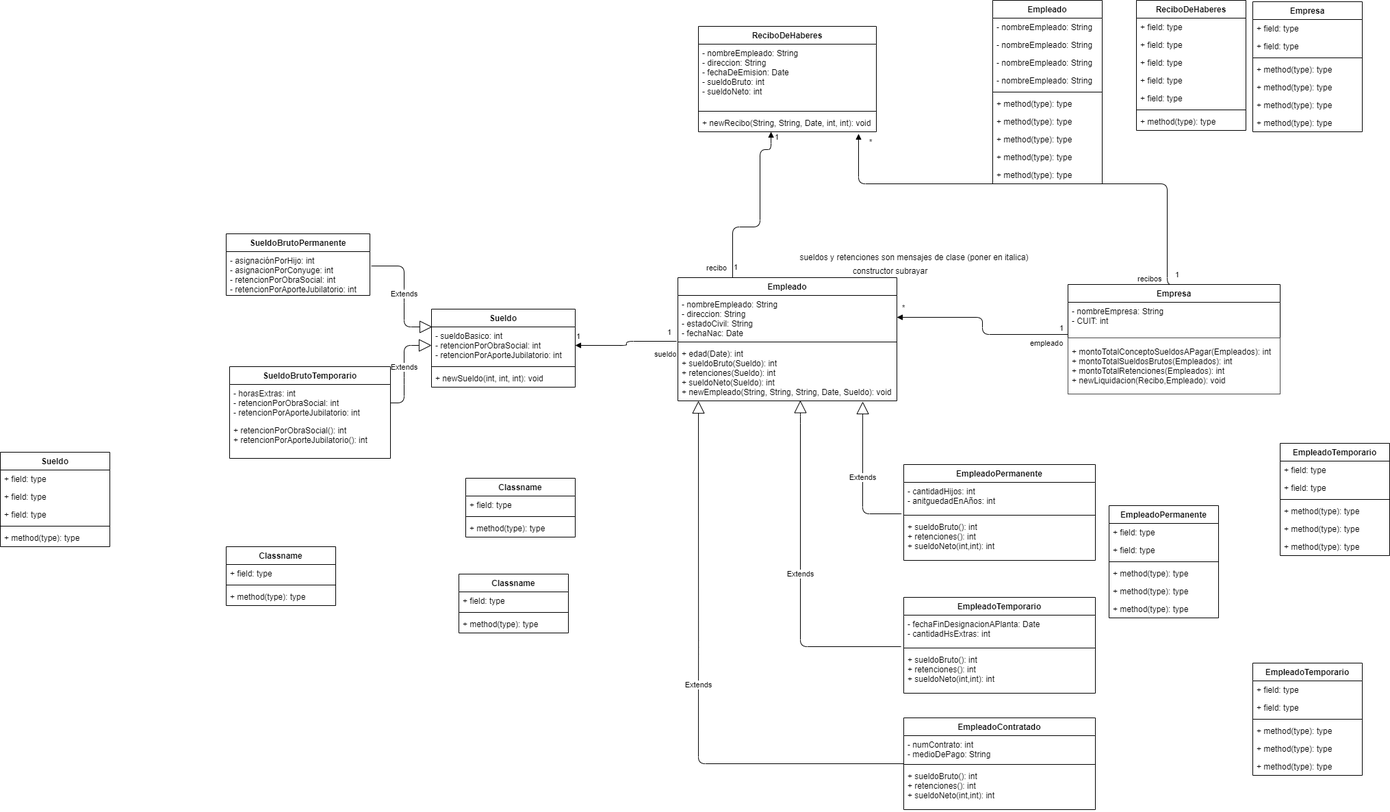
This is src/ar/edu/unq/po2/TP2 - UML.png from CarlosAlbertoBarria/unqui-poo2-barria, a draw.io export, as it was before one commit. Source tidied: cells renumbered, new cells last; positions are measured from the earlier drawing's top-left corner, leaving out a move shared by most shapes.
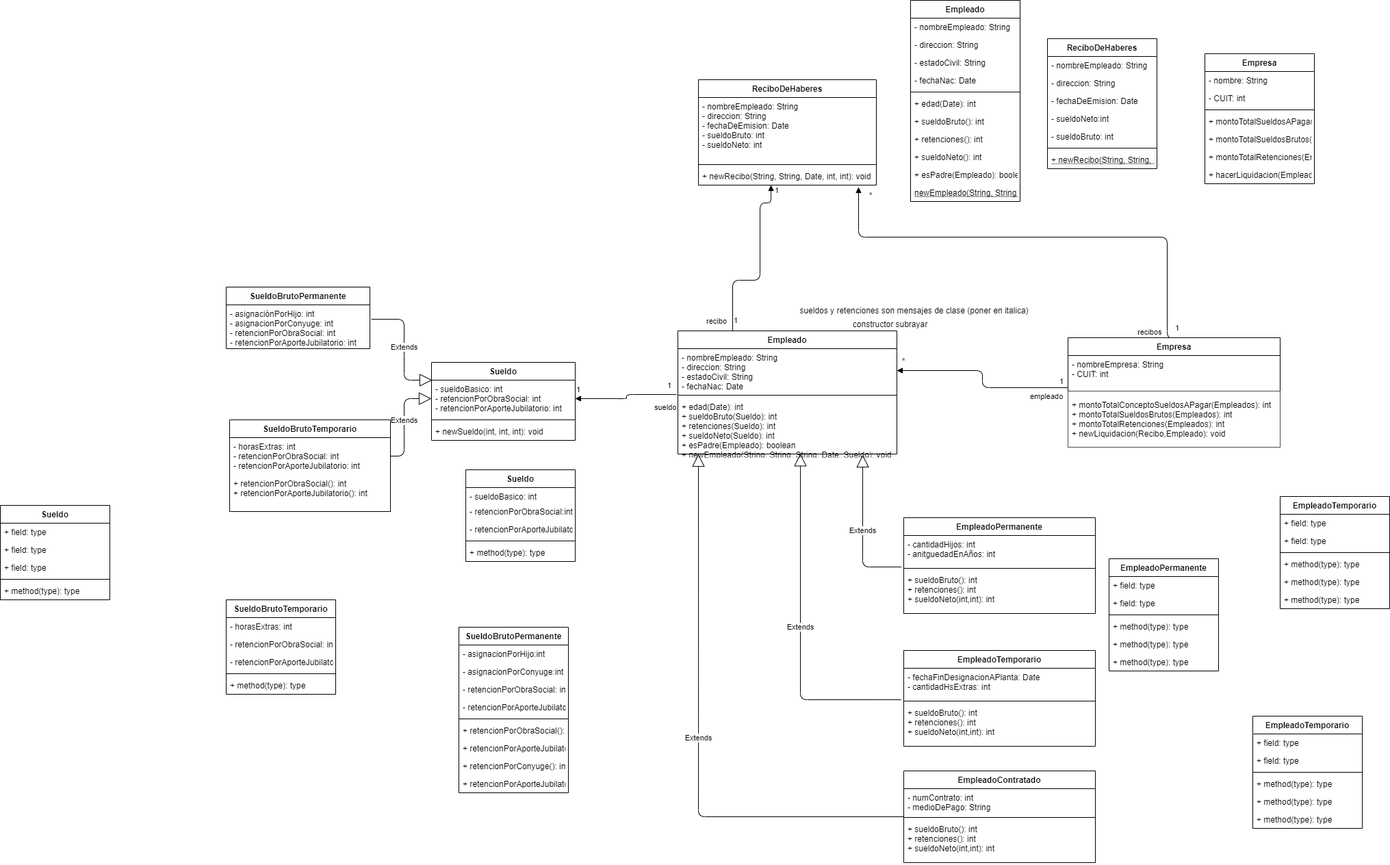
Above is the later version.

The edit, as a diff of the source:
```diff
@@ -22,3 +22,3 @@
     </mxCell>
-    <mxCell id="8" value="+ edad(Date): int&#10;+ sueldoBruto(Sueldo): int&#10;+ retenciones(Sueldo): int&#10;+ sueldoNeto(Sueldo): int&#10;+ newEmpleado(String, String, String, Date, Sueldo): void" style="text;strokeColor=none;fillColor=none;align=left;verticalAlign=top;spacingLeft=4;spacingRight=4;overflow=hidden;points=[[0,0.5],[1,0.5]];portConstraint=eastwest;fontStyle=0;" parent="5" vertex="1">
+    <mxCell id="8" value="+ edad(Date): int&#10;+ sueldoBruto(Sueldo): int&#10;+ retenciones(Sueldo): int&#10;+ sueldoNeto(Sueldo): int&#10;+ esPadre(Empleado): boolean&#10;+ newEmpleado(String, String, String, Date, Sueldo): void" style="text;strokeColor=none;fillColor=none;align=left;verticalAlign=top;spacingLeft=4;spacingRight=4;overflow=hidden;points=[[0,0.5],[1,0.5]];portConstraint=eastwest;fontStyle=0;" parent="5" vertex="1">
       <mxGeometry y="98" width="320" height="82" as="geometry" />
@@ -255,38 +255,68 @@
     </mxCell>
-    <mxCell id="68" value="Classname" style="swimlane;fontStyle=1;align=center;verticalAlign=top;horizontal=1;startSize=26;" parent="1" vertex="1">
-      <mxGeometry x="680" y="698" width="160" height="86" as="geometry" />
+    <mxCell id="68" value="Sueldo" style="swimlane;fontStyle=1;align=center;verticalAlign=top;horizontal=1;startSize=26;" parent="1" vertex="1">
+      <mxGeometry x="680.1" y="608" width="160" height="134" as="geometry" />
     </mxCell>
-    <mxCell id="69" value="+ field: type" style="text;strokeColor=none;fillColor=none;align=left;verticalAlign=top;spacingLeft=4;spacingRight=4;overflow=hidden;" parent="68" vertex="1">
-      <mxGeometry y="26" width="160" height="26" as="geometry" />
+    <mxCell id="69" value="- sueldoBasico: int" style="text;strokeColor=none;fillColor=none;align=left;verticalAlign=top;spacingLeft=4;spacingRight=4;overflow=hidden;" parent="68" vertex="1">
+      <mxGeometry y="26" width="160" height="22" as="geometry" />
     </mxCell>
+    <mxCell id="120" value="- retencionPorObraSocial:int" style="text;strokeColor=none;fillColor=none;align=left;verticalAlign=top;spacingLeft=4;spacingRight=4;overflow=hidden;" parent="68" vertex="1">
+      <mxGeometry y="48" width="160" height="26" as="geometry" />
+    </mxCell>
+    <mxCell id="121" value="- retencionPorAporteJubilatorio: int" style="text;strokeColor=none;fillColor=none;align=left;verticalAlign=top;spacingLeft=4;spacingRight=4;overflow=hidden;" parent="68" vertex="1">
+      <mxGeometry y="74" width="160" height="26" as="geometry" />
+    </mxCell>
     <mxCell id="70" style="line;strokeWidth=1;fillColor=none;align=left;verticalAlign=middle;spacingTop=-1;spacingLeft=3;spacingRight=3;labelPosition=right;" parent="68" vertex="1">
-      <mxGeometry y="52" width="160" height="8" as="geometry" />
+      <mxGeometry y="100" width="160" height="8" as="geometry" />
     </mxCell>
     <mxCell id="71" value="+ method(type): type" style="text;strokeColor=none;fillColor=none;align=left;verticalAlign=top;spacingLeft=4;spacingRight=4;overflow=hidden;" parent="68" vertex="1">
-      <mxGeometry y="60" width="160" height="26" as="geometry" />
+      <mxGeometry y="108" width="160" height="26" as="geometry" />
     </mxCell>
-    <mxCell id="72" value="Classname" style="swimlane;fontStyle=1;align=center;verticalAlign=top;horizontal=1;startSize=26;" parent="1" vertex="1">
-      <mxGeometry x="330" y="798" width="160" height="86" as="geometry" />
+    <mxCell id="72" value="SueldoBrutoTemporario" style="swimlane;fontStyle=1;align=center;verticalAlign=top;horizontal=1;startSize=26;" parent="1" vertex="1">
+      <mxGeometry x="330" y="798" width="160" height="138" as="geometry" />
     </mxCell>
-    <mxCell id="73" value="+ field: type" style="text;strokeColor=none;fillColor=none;align=left;verticalAlign=top;spacingLeft=4;spacingRight=4;overflow=hidden;" parent="72" vertex="1">
+    <mxCell id="73" value="- horasExtras: int" style="text;strokeColor=none;fillColor=none;align=left;verticalAlign=top;spacingLeft=4;spacingRight=4;overflow=hidden;" parent="72" vertex="1">
       <mxGeometry y="26" width="160" height="26" as="geometry" />
     </mxCell>
+    <mxCell id="122" value="- retencionPorObraSocial: int" style="text;strokeColor=none;fillColor=none;align=left;verticalAlign=top;spacingLeft=4;spacingRight=4;overflow=hidden;" parent="72" vertex="1">
+      <mxGeometry y="52" width="160" height="26" as="geometry" />
+    </mxCell>
+    <mxCell id="123" value="- retencionPorAporteJubilatorio" style="text;strokeColor=none;fillColor=none;align=left;verticalAlign=top;spacingLeft=4;spacingRight=4;overflow=hidden;" parent="72" vertex="1">
+      <mxGeometry y="78" width="160" height="26" as="geometry" />
+    </mxCell>
     <mxCell id="74" style="line;strokeWidth=1;fillColor=none;align=left;verticalAlign=middle;spacingTop=-1;spacingLeft=3;spacingRight=3;labelPosition=right;" parent="72" vertex="1">
-      <mxGeometry y="52" width="160" height="8" as="geometry" />
+      <mxGeometry y="104" width="160" height="8" as="geometry" />
     </mxCell>
     <mxCell id="75" value="+ method(type): type" style="text;strokeColor=none;fillColor=none;align=left;verticalAlign=top;spacingLeft=4;spacingRight=4;overflow=hidden;" parent="72" vertex="1">
-      <mxGeometry y="60" width="160" height="26" as="geometry" />
+      <mxGeometry y="112" width="160" height="26" as="geometry" />
     </mxCell>
-    <mxCell id="76" value="Classname" style="swimlane;fontStyle=1;align=center;verticalAlign=top;horizontal=1;startSize=26;" parent="1" vertex="1">
-      <mxGeometry x="670" y="838" width="160" height="86" as="geometry" />
+    <mxCell id="76" value="SueldoBrutoPermanente" style="swimlane;fontStyle=1;align=center;verticalAlign=top;horizontal=1;startSize=26;" parent="1" vertex="1">
+      <mxGeometry x="670" y="838" width="160" height="242" as="geometry" />
     </mxCell>
+    <mxCell id="124" value="- asignacionPorHijo:int" style="text;strokeColor=none;fillColor=none;align=left;verticalAlign=top;spacingLeft=4;spacingRight=4;overflow=hidden;" parent="76" vertex="1">
+      <mxGeometry y="26" width="160" height="26" as="geometry" />
+    </mxCell>
-    <mxCell id="77" value="+ field: type" style="text;strokeColor=none;fillColor=none;align=left;verticalAlign=top;spacingLeft=4;spacingRight=4;overflow=hidden;" parent="76" vertex="1">
-      <mxGeometry y="26" width="160" height="26" as="geometry" />
+    <mxCell id="77" value="- asignacionPorConyuge:int" style="text;strokeColor=none;fillColor=none;align=left;verticalAlign=top;spacingLeft=4;spacingRight=4;overflow=hidden;" parent="76" vertex="1">
+      <mxGeometry y="52" width="160" height="26" as="geometry" />
     </mxCell>
+    <mxCell id="125" value="- retencionPorObraSocial: int" style="text;strokeColor=none;fillColor=none;align=left;verticalAlign=top;spacingLeft=4;spacingRight=4;overflow=hidden;" parent="76" vertex="1">
+      <mxGeometry y="78" width="160" height="26" as="geometry" />
+    </mxCell>
+    <mxCell id="126" value="- retencionPorAporteJubilatorio: int" style="text;strokeColor=none;fillColor=none;align=left;verticalAlign=top;spacingLeft=4;spacingRight=4;overflow=hidden;" parent="76" vertex="1">
+      <mxGeometry y="104" width="160" height="26" as="geometry" />
+    </mxCell>
     <mxCell id="78" style="line;strokeWidth=1;fillColor=none;align=left;verticalAlign=middle;spacingTop=-1;spacingLeft=3;spacingRight=3;labelPosition=right;" parent="76" vertex="1">
-      <mxGeometry y="52" width="160" height="8" as="geometry" />
+      <mxGeometry y="130" width="160" height="8" as="geometry" />
     </mxCell>
-    <mxCell id="79" value="+ method(type): type" style="text;strokeColor=none;fillColor=none;align=left;verticalAlign=top;spacingLeft=4;spacingRight=4;overflow=hidden;" parent="76" vertex="1">
-      <mxGeometry y="60" width="160" height="26" as="geometry" />
+    <mxCell id="79" value="+ retencionPorObraSocial(): int" style="text;strokeColor=none;fillColor=none;align=left;verticalAlign=top;spacingLeft=4;spacingRight=4;overflow=hidden;" parent="76" vertex="1">
+      <mxGeometry y="138" width="160" height="26" as="geometry" />
     </mxCell>
+    <mxCell id="127" value="+ retencionPorAporteJubilatorio(): int" style="text;strokeColor=none;fillColor=none;align=left;verticalAlign=top;spacingLeft=4;spacingRight=4;overflow=hidden;" parent="76" vertex="1">
+      <mxGeometry y="164" width="160" height="26" as="geometry" />
+    </mxCell>
+    <mxCell id="128" value="+ retencionPorConyuge(): int" style="text;strokeColor=none;fillColor=none;align=left;verticalAlign=top;spacingLeft=4;spacingRight=4;overflow=hidden;" parent="76" vertex="1">
+      <mxGeometry y="190" width="160" height="26" as="geometry" />
+    </mxCell>
+    <mxCell id="129" value="+ retencionPorAporteJubilatorio(): int" style="text;strokeColor=none;fillColor=none;align=left;verticalAlign=top;spacingLeft=4;spacingRight=4;overflow=hidden;" parent="76" vertex="1">
+      <mxGeometry y="216" width="160" height="26" as="geometry" />
+    </mxCell>
     <mxCell id="80" value="Sueldo" style="swimlane;fontStyle=1;align=center;verticalAlign=top;horizontal=1;startSize=26;" parent="1" vertex="1">
@@ -310,8 +340,8 @@
     <mxCell id="86" value="Empresa" style="swimlane;fontStyle=1;align=center;verticalAlign=top;horizontal=1;startSize=26;" parent="1" vertex="1">
-      <mxGeometry x="1830" y="2" width="160" height="190" as="geometry" />
+      <mxGeometry x="1760" width="160" height="190" as="geometry" />
     </mxCell>
-    <mxCell id="87" value="+ field: type" style="text;strokeColor=none;fillColor=none;align=left;verticalAlign=top;spacingLeft=4;spacingRight=4;overflow=hidden;" parent="86" vertex="1">
+    <mxCell id="87" value="- nombre: String" style="text;strokeColor=none;fillColor=none;align=left;verticalAlign=top;spacingLeft=4;spacingRight=4;overflow=hidden;" parent="86" vertex="1">
       <mxGeometry y="26" width="160" height="26" as="geometry" />
     </mxCell>
-    <mxCell id="88" value="+ field: type" style="text;strokeColor=none;fillColor=none;align=left;verticalAlign=top;spacingLeft=4;spacingRight=4;overflow=hidden;" parent="86" vertex="1">
+    <mxCell id="88" value="- CUIT: int" style="text;strokeColor=none;fillColor=none;align=left;verticalAlign=top;spacingLeft=4;spacingRight=4;overflow=hidden;" parent="86" vertex="1">
       <mxGeometry y="52" width="160" height="26" as="geometry" />
@@ -321,12 +351,12 @@
     </mxCell>
-    <mxCell id="90" value="+ method(type): type" style="text;strokeColor=none;fillColor=none;align=left;verticalAlign=top;spacingLeft=4;spacingRight=4;overflow=hidden;" parent="86" vertex="1">
+    <mxCell id="90" value="+ montoTotalSueldosAPagar(Empleados): int" style="text;strokeColor=none;fillColor=none;align=left;verticalAlign=top;spacingLeft=4;spacingRight=4;overflow=hidden;" parent="86" vertex="1">
       <mxGeometry y="86" width="160" height="26" as="geometry" />
     </mxCell>
-    <mxCell id="91" value="+ method(type): type" style="text;strokeColor=none;fillColor=none;align=left;verticalAlign=top;spacingLeft=4;spacingRight=4;overflow=hidden;" parent="86" vertex="1">
+    <mxCell id="91" value="+ montoTotalSueldosBrutos(Empleados): int" style="text;strokeColor=none;fillColor=none;align=left;verticalAlign=top;spacingLeft=4;spacingRight=4;overflow=hidden;" parent="86" vertex="1">
       <mxGeometry y="112" width="160" height="26" as="geometry" />
     </mxCell>
-    <mxCell id="92" value="+ method(type): type" style="text;strokeColor=none;fillColor=none;align=left;verticalAlign=top;spacingLeft=4;spacingRight=4;overflow=hidden;" parent="86" vertex="1">
+    <mxCell id="92" value="+ montoTotalRetenciones(Empleados): int" style="text;strokeColor=none;fillColor=none;align=left;verticalAlign=top;spacingLeft=4;spacingRight=4;overflow=hidden;" parent="86" vertex="1">
       <mxGeometry y="138" width="160" height="26" as="geometry" />
     </mxCell>
-    <mxCell id="93" value="+ method(type): type" style="text;strokeColor=none;fillColor=none;align=left;verticalAlign=top;spacingLeft=4;spacingRight=4;overflow=hidden;" parent="86" vertex="1">
+    <mxCell id="93" value="+ hacerLiquidacion(Empleado)" style="text;strokeColor=none;fillColor=none;align=left;verticalAlign=top;spacingLeft=4;spacingRight=4;overflow=hidden;" parent="86" vertex="1">
       <mxGeometry y="164" width="160" height="26" as="geometry" />
@@ -334,19 +364,19 @@
     <mxCell id="94" value="ReciboDeHaberes" style="swimlane;fontStyle=1;align=center;verticalAlign=top;horizontal=1;startSize=26;" parent="1" vertex="1">
-      <mxGeometry x="1660" width="160" height="190" as="geometry" />
+      <mxGeometry x="1530" y="-22" width="160" height="190" as="geometry" />
     </mxCell>
-    <mxCell id="95" value="+ field: type" style="text;strokeColor=none;fillColor=none;align=left;verticalAlign=top;spacingLeft=4;spacingRight=4;overflow=hidden;" parent="94" vertex="1">
+    <mxCell id="95" value="- nombreEmpleado: String" style="text;strokeColor=none;fillColor=none;align=left;verticalAlign=top;spacingLeft=4;spacingRight=4;overflow=hidden;" parent="94" vertex="1">
       <mxGeometry y="26" width="160" height="26" as="geometry" />
     </mxCell>
-    <mxCell id="96" value="+ field: type" style="text;strokeColor=none;fillColor=none;align=left;verticalAlign=top;spacingLeft=4;spacingRight=4;overflow=hidden;" parent="94" vertex="1">
+    <mxCell id="96" value="- direccion: String" style="text;strokeColor=none;fillColor=none;align=left;verticalAlign=top;spacingLeft=4;spacingRight=4;overflow=hidden;" parent="94" vertex="1">
       <mxGeometry y="52" width="160" height="26" as="geometry" />
     </mxCell>
-    <mxCell id="97" value="+ field: type" style="text;strokeColor=none;fillColor=none;align=left;verticalAlign=top;spacingLeft=4;spacingRight=4;overflow=hidden;" parent="94" vertex="1">
+    <mxCell id="97" value="- fechaDeEmision: Date" style="text;strokeColor=none;fillColor=none;align=left;verticalAlign=top;spacingLeft=4;spacingRight=4;overflow=hidden;" parent="94" vertex="1">
       <mxGeometry y="78" width="160" height="26" as="geometry" />
     </mxCell>
+    <mxCell id="99" value="- sueldoNeto:int" style="text;strokeColor=none;fillColor=none;align=left;verticalAlign=top;spacingLeft=4;spacingRight=4;overflow=hidden;" parent="94" vertex="1">
+      <mxGeometry y="104" width="160" height="26" as="geometry" />
+    </mxCell>
-    <mxCell id="98" value="+ field: type" style="text;strokeColor=none;fillColor=none;align=left;verticalAlign=top;spacingLeft=4;spacingRight=4;overflow=hidden;" parent="94" vertex="1">
-      <mxGeometry y="104" width="160" height="26" as="geometry" />
+    <mxCell id="98" value="- sueldoBruto: int&#10;" style="text;strokeColor=none;fillColor=none;align=left;verticalAlign=top;spacingLeft=4;spacingRight=4;overflow=hidden;" parent="94" vertex="1">
+      <mxGeometry y="130" width="160" height="26" as="geometry" />
     </mxCell>
-    <mxCell id="99" value="+ field: type" style="text;strokeColor=none;fillColor=none;align=left;verticalAlign=top;spacingLeft=4;spacingRight=4;overflow=hidden;" parent="94" vertex="1">
-      <mxGeometry y="130" width="160" height="26" as="geometry" />
-    </mxCell>
     <mxCell id="100" style="line;strokeWidth=1;fillColor=none;align=left;verticalAlign=middle;spacingTop=-1;spacingLeft=3;spacingRight=3;labelPosition=right;" parent="94" vertex="1">
@@ -354,3 +384,3 @@
     </mxCell>
-    <mxCell id="101" value="+ method(type): type" style="text;strokeColor=none;fillColor=none;align=left;verticalAlign=top;spacingLeft=4;spacingRight=4;overflow=hidden;" parent="94" vertex="1">
+    <mxCell id="101" value="+ newRecibo(String, String, Date, int, int): void" style="text;strokeColor=none;fillColor=none;align=left;verticalAlign=top;spacingLeft=4;spacingRight=4;overflow=hidden;fontStyle=4;" parent="94" vertex="1">
       <mxGeometry y="164" width="160" height="26" as="geometry" />
@@ -358,3 +388,3 @@
     <mxCell id="102" value="Empleado" style="swimlane;fontStyle=1;align=center;verticalAlign=top;horizontal=1;startSize=26;" parent="1" vertex="1">
-      <mxGeometry x="1450" width="160" height="268" as="geometry" />
+      <mxGeometry x="1330" y="-78" width="160" height="294" as="geometry" />
     </mxCell>
@@ -363,9 +393,9 @@
     </mxCell>
-    <mxCell id="104" value="- nombreEmpleado: String" style="text;strokeColor=none;fillColor=none;align=left;verticalAlign=top;spacingLeft=4;spacingRight=4;overflow=hidden;" parent="102" vertex="1">
+    <mxCell id="104" value="- direccion: String" style="text;strokeColor=none;fillColor=none;align=left;verticalAlign=top;spacingLeft=4;spacingRight=4;overflow=hidden;" parent="102" vertex="1">
       <mxGeometry y="52" width="160" height="26" as="geometry" />
     </mxCell>
-    <mxCell id="105" value="- nombreEmpleado: String" style="text;strokeColor=none;fillColor=none;align=left;verticalAlign=top;spacingLeft=4;spacingRight=4;overflow=hidden;" parent="102" vertex="1">
+    <mxCell id="105" value="- estadoCivil: String" style="text;strokeColor=none;fillColor=none;align=left;verticalAlign=top;spacingLeft=4;spacingRight=4;overflow=hidden;" parent="102" vertex="1">
       <mxGeometry y="78" width="160" height="26" as="geometry" />
     </mxCell>
-    <mxCell id="106" value="- nombreEmpleado: String" style="text;strokeColor=none;fillColor=none;align=left;verticalAlign=top;spacingLeft=4;spacingRight=4;overflow=hidden;" parent="102" vertex="1">
+    <mxCell id="106" value="- fechaNac: Date" style="text;strokeColor=none;fillColor=none;align=left;verticalAlign=top;spacingLeft=4;spacingRight=4;overflow=hidden;" parent="102" vertex="1">
       <mxGeometry y="104" width="160" height="26" as="geometry" />
@@ -375,16 +405,19 @@
     </mxCell>
-    <mxCell id="108" value="+ method(type): type" style="text;strokeColor=none;fillColor=none;align=left;verticalAlign=top;spacingLeft=4;spacingRight=4;overflow=hidden;" parent="102" vertex="1">
+    <mxCell id="108" value="+ edad(Date): int" style="text;strokeColor=none;fillColor=none;align=left;verticalAlign=top;spacingLeft=4;spacingRight=4;overflow=hidden;" parent="102" vertex="1">
       <mxGeometry y="138" width="160" height="26" as="geometry" />
     </mxCell>
-    <mxCell id="109" value="+ method(type): type" style="text;strokeColor=none;fillColor=none;align=left;verticalAlign=top;spacingLeft=4;spacingRight=4;overflow=hidden;" parent="102" vertex="1">
+    <mxCell id="109" value="+ sueldoBruto(): int" style="text;strokeColor=none;fillColor=none;align=left;verticalAlign=top;spacingLeft=4;spacingRight=4;overflow=hidden;" parent="102" vertex="1">
       <mxGeometry y="164" width="160" height="26" as="geometry" />
     </mxCell>
-    <mxCell id="110" value="+ method(type): type" style="text;strokeColor=none;fillColor=none;align=left;verticalAlign=top;spacingLeft=4;spacingRight=4;overflow=hidden;" parent="102" vertex="1">
+    <mxCell id="110" value="+ retenciones(): int" style="text;strokeColor=none;fillColor=none;align=left;verticalAlign=top;spacingLeft=4;spacingRight=4;overflow=hidden;" parent="102" vertex="1">
       <mxGeometry y="190" width="160" height="26" as="geometry" />
     </mxCell>
-    <mxCell id="111" value="+ method(type): type" style="text;strokeColor=none;fillColor=none;align=left;verticalAlign=top;spacingLeft=4;spacingRight=4;overflow=hidden;" parent="102" vertex="1">
+    <mxCell id="111" value="+ sueldoNeto(): int" style="text;strokeColor=none;fillColor=none;align=left;verticalAlign=top;spacingLeft=4;spacingRight=4;overflow=hidden;" parent="102" vertex="1">
       <mxGeometry y="216" width="160" height="26" as="geometry" />
     </mxCell>
+    <mxCell id="130" value="+ esPadre(Empleado): boolean" style="text;strokeColor=none;fillColor=none;align=left;verticalAlign=top;spacingLeft=4;spacingRight=4;overflow=hidden;" parent="102" vertex="1">
+      <mxGeometry y="242" width="160" height="26" as="geometry" />
+    </mxCell>
-    <mxCell id="112" value="+ method(type): type" style="text;strokeColor=none;fillColor=none;align=left;verticalAlign=top;spacingLeft=4;spacingRight=4;overflow=hidden;" parent="102" vertex="1">
-      <mxGeometry y="242" width="160" height="26" as="geometry" />
+    <mxCell id="112" value="newEmpleado(String, String, String, Date, sueldoBasico int)" style="text;strokeColor=none;fillColor=none;align=left;verticalAlign=top;spacingLeft=4;spacingRight=4;overflow=hidden;fontStyle=4;" parent="102" vertex="1">
+      <mxGeometry y="268" width="160" height="26" as="geometry" />
     </mxCell>
```
